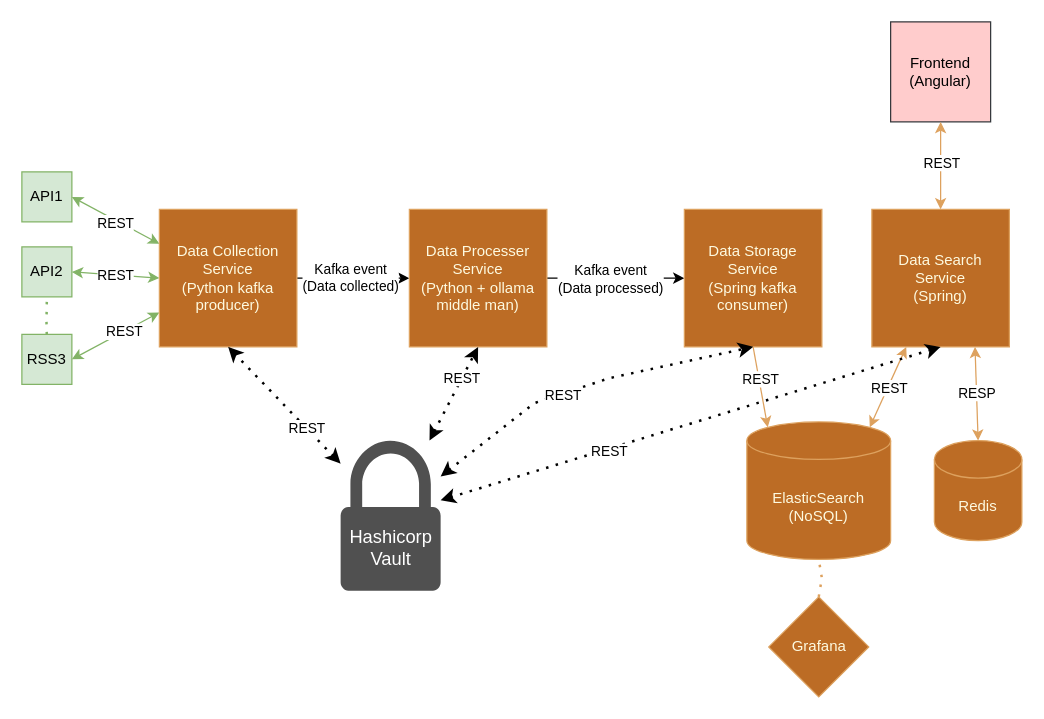
This is ProjectArchitecture.drawio from CzumperBirds/CzumperSearch, a draw.io file, before an edit. Source tidied: cells renumbered, new cells numbered last; positions are measured from the earlier drawing's top-left corner, leaving out a move shared by most shapes. Both pictures are drawn from the tidied source at 125%, with x=0, y=0 at pixel (21, 21).
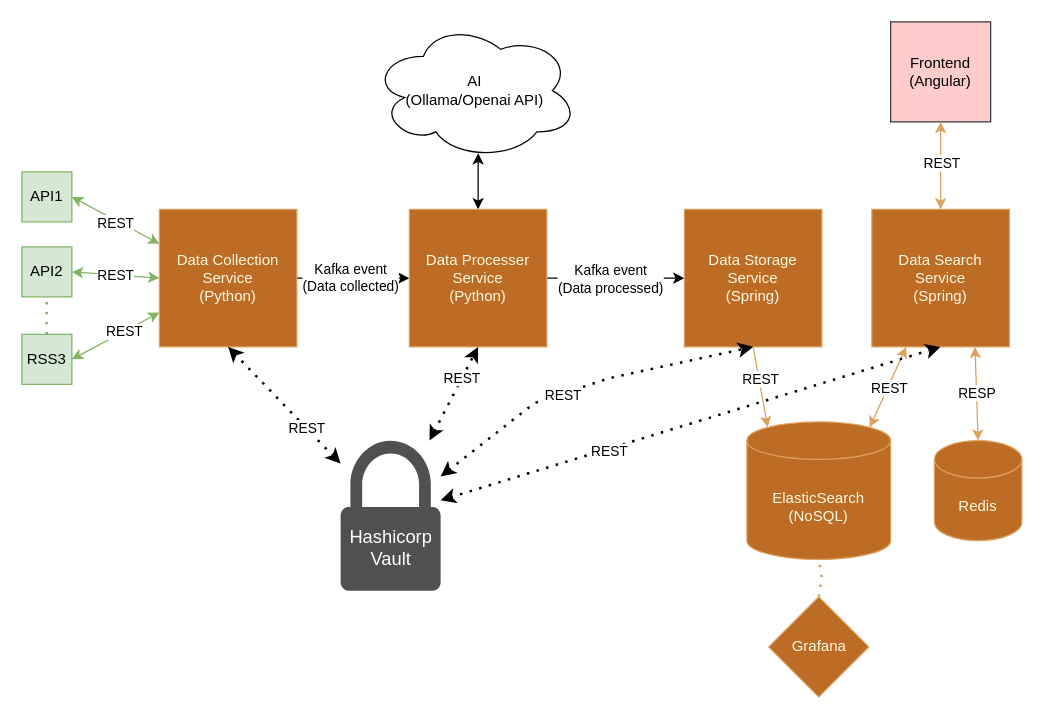
After the change.

Commit message:
Added separate block for ai

Diff of the diagram source:
```diff
@@
-    <mxCell id="14" value="Data Collection Service&lt;div&gt;(Python kafka producer)&lt;/div&gt;" style="whiteSpace=wrap;html=1;strokeColor=#DDA15E;fontColor=#FEFAE0;fillColor=#BC6C25;" parent="1" vertex="1">
+    <mxCell id="14" value="Data Collection Service&lt;div&gt;(Python)&lt;/div&gt;" style="whiteSpace=wrap;html=1;strokeColor=#DDA15E;fontColor=#FEFAE0;fillColor=#BC6C25;" parent="1" vertex="1">
       <mxGeometry x="110" y="150" width="110" height="110" as="geometry" />
     </mxCell>
@@
+    <mxCell id="44" style="edgeStyle=orthogonalEdgeStyle;rounded=0;jettySize=auto;html=1;exitX=0.5;exitY=0;exitDx=0;exitDy=0;startArrow=classic;startFill=1;" parent="1" edge="1" source="17">
+      <mxGeometry relative="1" as="geometry">
+        <mxPoint x="365" y="105" as="targetPoint" />
+      </mxGeometry>
+    </mxCell>
-    <mxCell id="17" value="Data Processer Service&lt;div&gt;(Python + ollama middle man)&lt;/div&gt;" style="whiteSpace=wrap;html=1;strokeColor=#DDA15E;fontColor=#FEFAE0;fillColor=#BC6C25;" parent="1" vertex="1">
+    <mxCell id="17" value="Data Processer Service&lt;div&gt;(Python)&lt;/div&gt;" style="whiteSpace=wrap;html=1;strokeColor=#DDA15E;fontColor=#FEFAE0;fillColor=#BC6C25;" parent="1" vertex="1">
       <mxGeometry x="310" y="150" width="110" height="110" as="geometry" />
     </mxCell>
@@
-    <mxCell id="19" value="Data Storage&lt;div&gt;Service&lt;/div&gt;&lt;div&gt;(Spring kafka consumer)&lt;/div&gt;" style="whiteSpace=wrap;html=1;strokeColor=#DDA15E;fontColor=#FEFAE0;fillColor=#BC6C25;" parent="1" vertex="1">
+    <mxCell id="19" value="Data Storage&lt;div&gt;Service&lt;/div&gt;&lt;div&gt;(Spring)&lt;/div&gt;" style="whiteSpace=wrap;html=1;strokeColor=#DDA15E;fontColor=#FEFAE0;fillColor=#BC6C25;" parent="1" vertex="1">
       <mxGeometry x="530" y="150" width="110" height="110" as="geometry" />
     </mxCell>
@@
+    <mxCell id="45" value="AI&lt;div&gt;(Ollama/Openai API)&lt;/div&gt;" style="ellipse;shape=cloud;whiteSpace=wrap;html=1;" parent="1" vertex="1">
+      <mxGeometry x="280" width="165" height="110" as="geometry" />
+    </mxCell>
```
